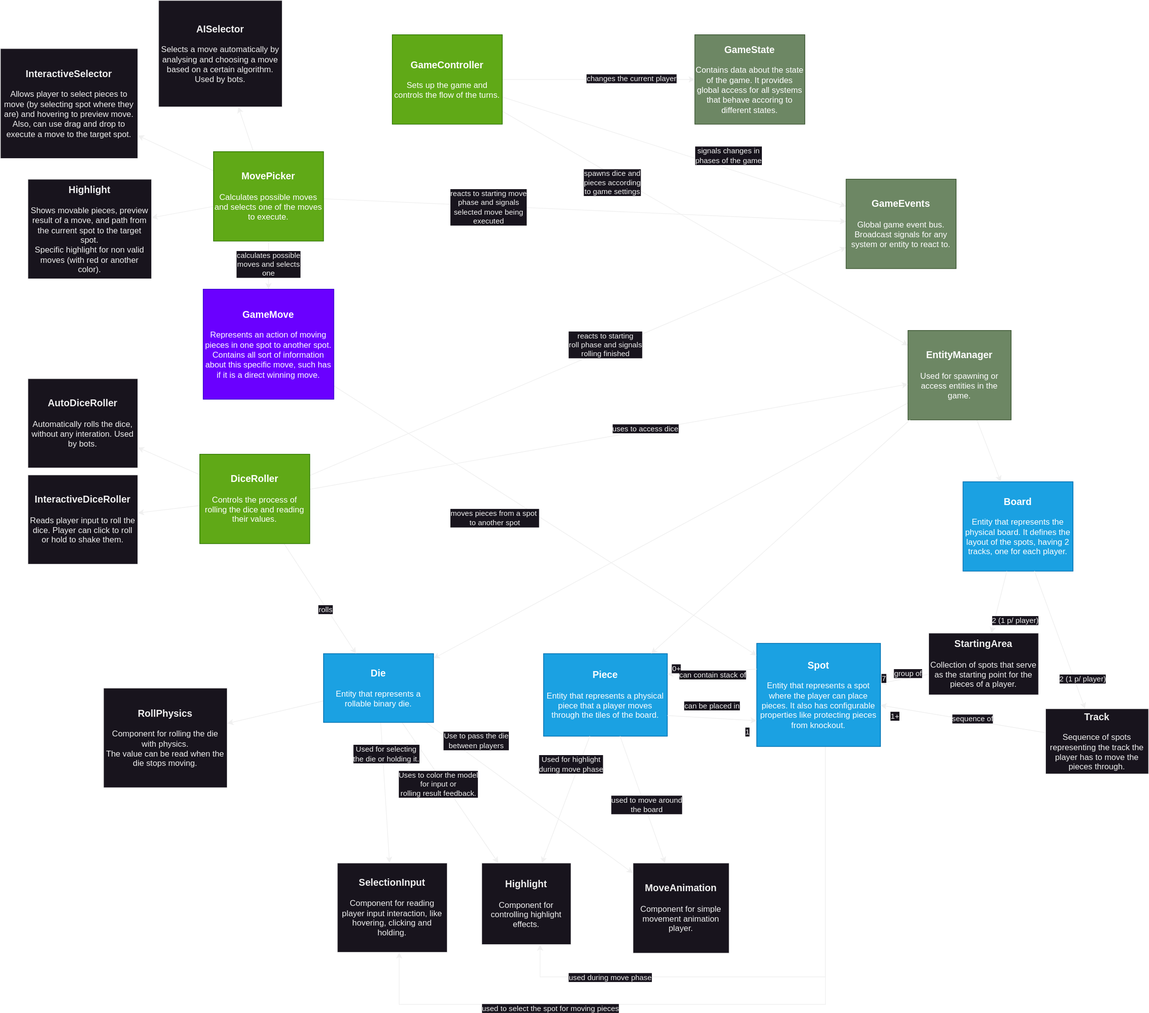
zemiguel20/RoyalGameOfUr keeps this draw.io diagram as docs/images/game_ur_core_diagram.svg. Above is the earlier version. Source tidied: cells renumbered, new cells last; positions are measured from the earlier drawing's top-left corner, leaving out a move shared by most shapes.
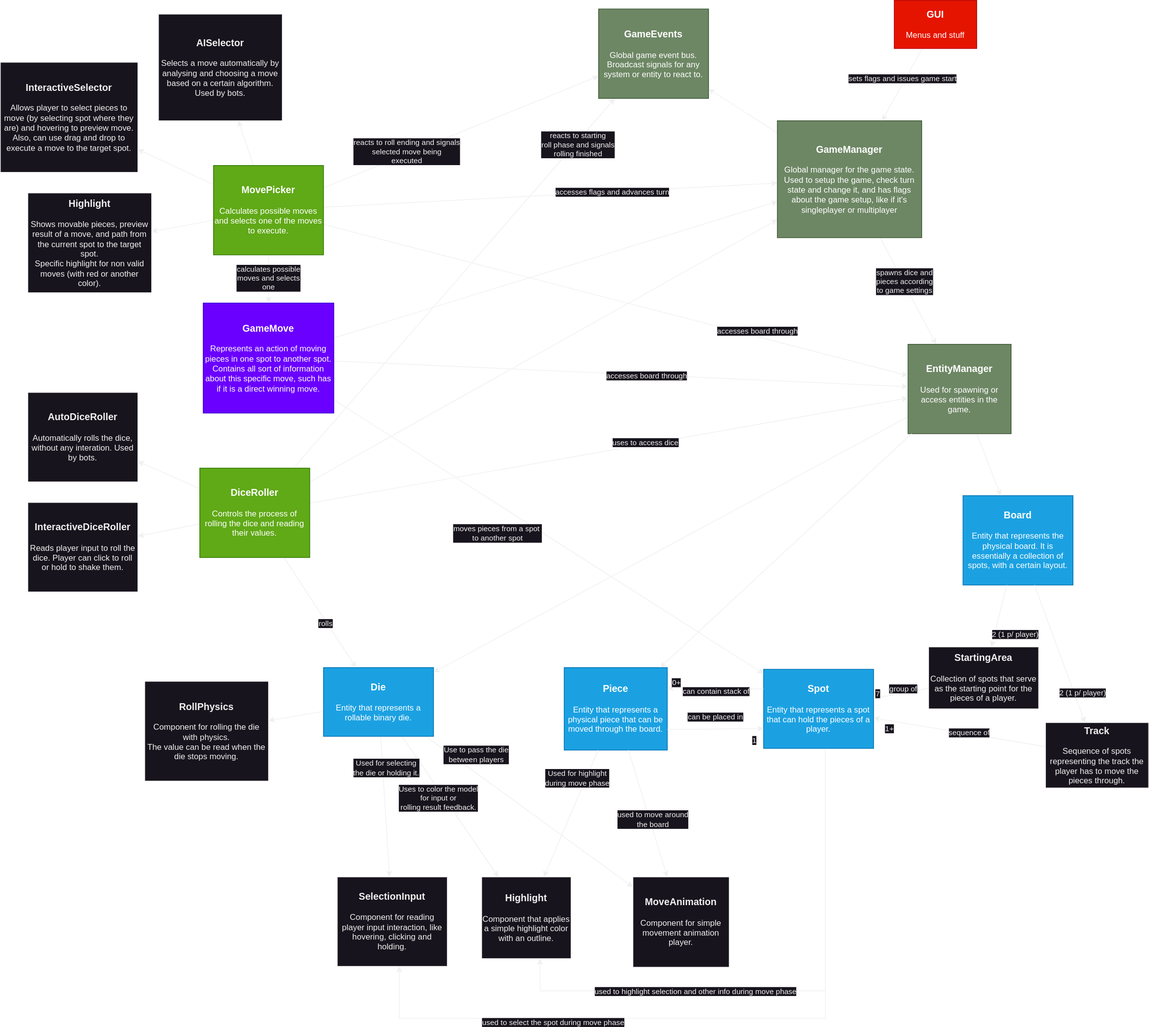
The same diagram one commit later.

Commit message:
Updated documentation for the core architecture

Change to the diagram source:
```diff
@@ -4,4 +4,4 @@
     <mxCell id="1" parent="0" />
-    <mxCell id="2" value="&lt;div style=&quot;&quot;&gt;&lt;span style=&quot;background-color: initial;&quot;&gt;&lt;b&gt;&lt;font style=&quot;font-size: 14px;&quot;&gt;Piece&lt;/font&gt;&lt;/b&gt;&lt;/span&gt;&lt;/div&gt;&lt;div style=&quot;&quot;&gt;&lt;span style=&quot;background-color: initial;&quot;&gt;&lt;br&gt;&lt;/span&gt;&lt;/div&gt;&lt;div style=&quot;&quot;&gt;Entity that represents a physical piece that a player moves through the tiles of the board.&lt;/div&gt;" style="rounded=0;whiteSpace=wrap;html=1;align=center;verticalAlign=middle;fillColor=#1ba1e2;strokeColor=#006EAF;fontColor=#ffffff;" parent="1" vertex="1">
-      <mxGeometry x="790" y="950" width="180" height="120" as="geometry" />
+    <mxCell id="2" value="&lt;div style=&quot;&quot;&gt;&lt;span style=&quot;background-color: initial;&quot;&gt;&lt;b&gt;&lt;font style=&quot;font-size: 14px;&quot;&gt;Piece&lt;/font&gt;&lt;/b&gt;&lt;/span&gt;&lt;/div&gt;&lt;div style=&quot;&quot;&gt;&lt;span style=&quot;background-color: initial;&quot;&gt;&lt;br&gt;&lt;/span&gt;&lt;/div&gt;&lt;div style=&quot;&quot;&gt;Entity that represents a physical piece that can be moved through the board.&lt;/div&gt;" style="rounded=0;whiteSpace=wrap;html=1;align=center;verticalAlign=middle;fillColor=#1ba1e2;strokeColor=#006EAF;fontColor=#ffffff;" parent="1" vertex="1">
+      <mxGeometry x="820" y="950" width="150" height="120" as="geometry" />
     </mxCell>
@@ -15,3 +15,3 @@
     </mxCell>
-    <mxCell id="4" value="used to select the spot for moving pieces" style="edgeLabel;html=1;align=center;verticalAlign=middle;" parent="3" vertex="1">
+    <mxCell id="4" value="used to select the spot during move phase" style="edgeLabel;html=1;align=center;verticalAlign=middle;" parent="3" vertex="1">
       <mxGeometry x="0.45" y="5" relative="1" as="geometry" />
@@ -26,7 +26,9 @@
     </mxCell>
-    <mxCell id="6" value="used during move phase" style="edgeLabel;html=1;align=center;verticalAlign=middle;" parent="5" vertex="1">
-      <mxGeometry x="0.63" relative="1" as="geometry" />
+    <mxCell id="6" value="used to highlight selection and other info during move phase" style="edgeLabel;html=1;align=center;verticalAlign=middle;" parent="5" vertex="1">
+      <mxGeometry x="0.63" relative="1" as="geometry">
+        <mxPoint x="121" as="offset" />
+      </mxGeometry>
     </mxCell>
-    <mxCell id="7" value="&lt;div style=&quot;&quot;&gt;&lt;span style=&quot;background-color: initial;&quot;&gt;&lt;b&gt;&lt;font style=&quot;font-size: 14px;&quot;&gt;Spot&lt;/font&gt;&lt;/b&gt;&lt;/span&gt;&lt;/div&gt;&lt;div style=&quot;&quot;&gt;&lt;span style=&quot;background-color: initial;&quot;&gt;&lt;br&gt;&lt;/span&gt;&lt;/div&gt;&lt;div style=&quot;&quot;&gt;Entity that represents a spot where the player can place pieces. It also has configurable properties like protecting pieces from knockout.&lt;/div&gt;" style="rounded=0;whiteSpace=wrap;html=1;align=center;verticalAlign=middle;fillColor=#1ba1e2;strokeColor=#006EAF;fontColor=#ffffff;" parent="1" vertex="1">
-      <mxGeometry x="1100" y="935" width="180" height="150" as="geometry" />
+    <mxCell id="7" value="&lt;div style=&quot;&quot;&gt;&lt;span style=&quot;background-color: initial;&quot;&gt;&lt;b&gt;&lt;font style=&quot;font-size: 14px;&quot;&gt;Spot&lt;/font&gt;&lt;/b&gt;&lt;/span&gt;&lt;/div&gt;&lt;div style=&quot;&quot;&gt;&lt;span style=&quot;background-color: initial;&quot;&gt;&lt;br&gt;&lt;/span&gt;&lt;/div&gt;&lt;div style=&quot;&quot;&gt;Entity that represents a spot that can hold the pieces of a player.&lt;/div&gt;" style="rounded=0;whiteSpace=wrap;html=1;align=center;verticalAlign=middle;fillColor=#1ba1e2;strokeColor=#006EAF;fontColor=#ffffff;" parent="1" vertex="1">
+      <mxGeometry x="1110" y="952.5" width="160" height="115" as="geometry" />
     </mxCell>
@@ -88,3 +90,3 @@
     </mxCell>
-    <mxCell id="22" value="&lt;div style=&quot;&quot;&gt;&lt;span style=&quot;background-color: initial;&quot;&gt;&lt;b&gt;&lt;font style=&quot;font-size: 14px;&quot;&gt;Board&lt;/font&gt;&lt;/b&gt;&lt;/span&gt;&lt;/div&gt;&lt;div style=&quot;&quot;&gt;&lt;span style=&quot;background-color: initial;&quot;&gt;&lt;br&gt;&lt;/span&gt;&lt;/div&gt;&lt;div style=&quot;&quot;&gt;Entity that represents the physical board. It defines the layout of the spots, having 2 tracks, one for each player.&lt;/div&gt;" style="rounded=0;whiteSpace=wrap;html=1;align=center;verticalAlign=middle;fillColor=#1ba1e2;fontColor=#ffffff;strokeColor=#006EAF;" parent="1" vertex="1">
+    <mxCell id="22" value="&lt;div style=&quot;&quot;&gt;&lt;span style=&quot;background-color: initial;&quot;&gt;&lt;b&gt;&lt;font style=&quot;font-size: 14px;&quot;&gt;Board&lt;/font&gt;&lt;/b&gt;&lt;/span&gt;&lt;/div&gt;&lt;div style=&quot;&quot;&gt;&lt;span style=&quot;background-color: initial;&quot;&gt;&lt;br&gt;&lt;/span&gt;&lt;/div&gt;&lt;div style=&quot;&quot;&gt;Entity that represents the physical board. It is essentially a collection of spots, with a certain layout.&lt;/div&gt;" style="rounded=0;whiteSpace=wrap;html=1;align=center;verticalAlign=middle;fillColor=#1ba1e2;fontColor=#ffffff;strokeColor=#006EAF;" parent="1" vertex="1">
       <mxGeometry x="1400" y="700" width="160" height="130" as="geometry" />
@@ -139,3 +141,3 @@
     </mxCell>
-    <mxCell id="35" style="rounded=0;jettySize=auto;html=1;" parent="1" edge="1" source="73" target="41">
+    <mxCell id="35" style="rounded=0;jettySize=auto;html=1;" parent="1" edge="1" source="90" target="41">
       <mxGeometry relative="1" as="geometry" />
@@ -144,13 +146,5 @@
       <mxGeometry x="0.01" y="-1" relative="1" as="geometry">
-        <mxPoint x="-137" y="-69" as="offset" />
+        <mxPoint x="-5" y="-15" as="offset" />
       </mxGeometry>
     </mxCell>
-    <mxCell id="37" style="rounded=0;jettySize=auto;html=1;" parent="1" edge="1" source="73" target="70">
-      <mxGeometry relative="1" as="geometry" />
-    </mxCell>
-    <mxCell id="38" value="signals changes in&lt;div&gt;phases of the game&lt;/div&gt;" style="edgeLabel;html=1;align=center;verticalAlign=middle;" parent="37" vertex="1">
-      <mxGeometry x="0.26" y="-1" relative="1" as="geometry">
-        <mxPoint x="13" y="-16" as="offset" />
-      </mxGeometry>
-    </mxCell>
     <mxCell id="39" style="rounded=0;jettySize=auto;html=1;" parent="1" edge="1" source="41" target="15">
@@ -175,3 +169,3 @@
       <mxGeometry x="0.01" y="-1" relative="1" as="geometry">
-        <mxPoint x="36" y="-24" as="offset" />
+        <mxPoint x="177" y="-200" as="offset" />
       </mxGeometry>
@@ -190,2 +184,5 @@
     </mxCell>
+    <mxCell id="81" style="rounded=0;jettySize=auto;html=1;" parent="1" edge="1" source="50" target="90">
+      <mxGeometry relative="1" as="geometry" />
+    </mxCell>
     <mxCell id="50" value="&lt;div style=&quot;&quot;&gt;&lt;span style=&quot;background-color: initial;&quot;&gt;&lt;b&gt;&lt;font style=&quot;font-size: 14px;&quot;&gt;DiceRoller&lt;/font&gt;&lt;/b&gt;&lt;/span&gt;&lt;/div&gt;&lt;div style=&quot;&quot;&gt;&lt;span style=&quot;background-color: initial;&quot;&gt;&lt;br&gt;&lt;/span&gt;&lt;/div&gt;&lt;div style=&quot;&quot;&gt;Controls the process of rolling the dice and reading their values.&lt;/div&gt;" style="rounded=0;whiteSpace=wrap;html=1;align=center;verticalAlign=middle;fillColor=#60a917;fontColor=#ffffff;strokeColor=#2D7600;" parent="1" vertex="1">
@@ -211,7 +208,21 @@
     </mxCell>
-    <mxCell id="57" value="reacts to starting move&lt;br&gt;phase and signals&lt;br&gt;selected move being&lt;br&gt;executed" style="edgeLabel;html=1;align=center;verticalAlign=middle;" parent="56" vertex="1">
+    <mxCell id="57" value="reacts to roll ending&amp;nbsp;and signals&lt;br&gt;selected move being&lt;br&gt;executed" style="edgeLabel;html=1;align=center;verticalAlign=middle;" parent="56" vertex="1">
       <mxGeometry x="-0.23" y="4" relative="1" as="geometry">
-        <mxPoint x="-54" y="3" as="offset" />
+        <mxPoint x="-33" y="14" as="offset" />
       </mxGeometry>
     </mxCell>
+    <mxCell id="82" style="rounded=0;jettySize=auto;html=1;" parent="1" edge="1" source="58" target="41">
+      <mxGeometry relative="1" as="geometry" />
+    </mxCell>
+    <mxCell id="83" value="accesses board through" style="edgeLabel;html=1;align=center;verticalAlign=middle;" parent="82" vertex="1">
+      <mxGeometry x="0.09" y="2" relative="1" as="geometry">
+        <mxPoint x="167" y="37" as="offset" />
+      </mxGeometry>
+    </mxCell>
+    <mxCell id="84" style="rounded=0;jettySize=auto;html=1;" parent="1" edge="1" source="58" target="90">
+      <mxGeometry relative="1" as="geometry" />
+    </mxCell>
+    <mxCell id="85" value="accesses flags and advances turn" style="edgeLabel;html=1;align=center;verticalAlign=middle;" parent="84" vertex="1">
+      <mxGeometry x="0.27" relative="1" as="geometry" />
+    </mxCell>
     <mxCell id="58" value="&lt;div style=&quot;&quot;&gt;&lt;span style=&quot;font-size: 14px;&quot;&gt;&lt;b&gt;MovePicker&lt;/b&gt;&lt;/span&gt;&lt;/div&gt;&lt;div style=&quot;&quot;&gt;&lt;span style=&quot;background-color: initial;&quot;&gt;&lt;br&gt;&lt;/span&gt;&lt;/div&gt;&lt;div style=&quot;&quot;&gt;Calculates possible moves and selects one of the moves to execute.&lt;/div&gt;" style="rounded=0;whiteSpace=wrap;html=1;align=center;verticalAlign=middle;fillColor=#60a917;fontColor=#ffffff;strokeColor=#2D7600;" parent="1" vertex="1">
@@ -220,8 +231,8 @@
     <mxCell id="59" value="&lt;div style=&quot;&quot;&gt;&lt;span style=&quot;font-size: 14px;&quot;&gt;&lt;b&gt;InteractiveDiceRoller&lt;/b&gt;&lt;/span&gt;&lt;/div&gt;&lt;div style=&quot;&quot;&gt;&lt;span style=&quot;background-color: initial;&quot;&gt;&lt;br&gt;&lt;/span&gt;&lt;/div&gt;&lt;div style=&quot;&quot;&gt;Reads player input to roll the dice. Player can click to roll or hold to shake them.&lt;/div&gt;" style="rounded=0;whiteSpace=wrap;html=1;align=center;verticalAlign=middle;" parent="1" vertex="1">
-      <mxGeometry x="40" y="690" width="160" height="130" as="geometry" />
+      <mxGeometry x="40" y="710" width="160" height="130" as="geometry" />
     </mxCell>
     <mxCell id="60" value="&lt;div style=&quot;&quot;&gt;&lt;span style=&quot;background-color: initial;&quot;&gt;&lt;b&gt;&lt;font style=&quot;font-size: 14px;&quot;&gt;RollPhysics&lt;/font&gt;&lt;/b&gt;&lt;/span&gt;&lt;/div&gt;&lt;div style=&quot;&quot;&gt;&lt;span style=&quot;background-color: initial;&quot;&gt;&lt;br&gt;&lt;/span&gt;&lt;/div&gt;&lt;div style=&quot;&quot;&gt;Component for rolling the die with physics.&lt;/div&gt;&lt;div style=&quot;&quot;&gt;The value can be read when the die stops moving.&lt;/div&gt;" style="rounded=0;whiteSpace=wrap;html=1;align=center;verticalAlign=middle;" parent="1" vertex="1">
-      <mxGeometry x="150" y="1000" width="180" height="145" as="geometry" />
+      <mxGeometry x="210" y="970" width="180" height="145" as="geometry" />
     </mxCell>
-    <mxCell id="61" value="&lt;div style=&quot;&quot;&gt;&lt;span style=&quot;background-color: initial;&quot;&gt;&lt;b&gt;&lt;font style=&quot;font-size: 14px;&quot;&gt;Highlight&lt;/font&gt;&lt;/b&gt;&lt;/span&gt;&lt;/div&gt;&lt;div style=&quot;&quot;&gt;&lt;span style=&quot;background-color: initial;&quot;&gt;&lt;br&gt;&lt;/span&gt;&lt;/div&gt;&lt;div style=&quot;&quot;&gt;Component for controlling highlight effects.&lt;br&gt;&lt;/div&gt;" style="rounded=0;whiteSpace=wrap;html=1;align=center;verticalAlign=middle;" parent="1" vertex="1">
+    <mxCell id="61" value="&lt;div style=&quot;&quot;&gt;&lt;span style=&quot;background-color: initial;&quot;&gt;&lt;b&gt;&lt;font style=&quot;font-size: 14px;&quot;&gt;Highlight&lt;/font&gt;&lt;/b&gt;&lt;/span&gt;&lt;/div&gt;&lt;div style=&quot;&quot;&gt;&lt;span style=&quot;background-color: initial;&quot;&gt;&lt;br&gt;&lt;/span&gt;&lt;/div&gt;&lt;div style=&quot;&quot;&gt;Component that applies a simple highlight color with an outline.&lt;br&gt;&lt;/div&gt;" style="rounded=0;whiteSpace=wrap;html=1;align=center;verticalAlign=middle;" parent="1" vertex="1">
       <mxGeometry x="700" y="1254.4" width="130" height="118.8" as="geometry" />
@@ -239,2 +250,13 @@
     </mxCell>
+    <mxCell id="86" style="rounded=0;jettySize=auto;html=1;" parent="1" edge="1" source="65" target="41">
+      <mxGeometry relative="1" as="geometry" />
+    </mxCell>
+    <mxCell id="87" value="accesses board through" style="edgeLabel;html=1;align=center;verticalAlign=middle;" parent="86" vertex="1">
+      <mxGeometry x="-0.11" y="-5" relative="1" as="geometry">
+        <mxPoint x="81" as="offset" />
+      </mxGeometry>
+    </mxCell>
+    <mxCell id="88" style="rounded=0;jettySize=auto;html=1;" parent="1" edge="1" source="65" target="90">
+      <mxGeometry relative="1" as="geometry" />
+    </mxCell>
     <mxCell id="65" value="&lt;div style=&quot;&quot;&gt;&lt;span style=&quot;font-size: 14px;&quot;&gt;&lt;b&gt;GameMove&lt;/b&gt;&lt;/span&gt;&lt;/div&gt;&lt;div style=&quot;&quot;&gt;&lt;span style=&quot;background-color: initial;&quot;&gt;&lt;br&gt;&lt;/span&gt;&lt;/div&gt;&lt;div style=&quot;&quot;&gt;Represents an action of moving pieces in one spot to another spot. Contains all sort of information about this specific move, such has if it is a direct winning move.&lt;/div&gt;" style="rounded=0;whiteSpace=wrap;html=1;align=center;verticalAlign=middle;fillColor=#6a00ff;fontColor=#ffffff;strokeColor=#3700CC;" parent="1" vertex="1">
@@ -255,15 +277,4 @@
     <mxCell id="70" value="&lt;div style=&quot;&quot;&gt;&lt;span style=&quot;font-size: 14px;&quot;&gt;&lt;b&gt;GameEvents&lt;/b&gt;&lt;/span&gt;&lt;/div&gt;&lt;div style=&quot;&quot;&gt;&lt;span style=&quot;background-color: initial;&quot;&gt;&lt;br&gt;&lt;/span&gt;&lt;/div&gt;&lt;div style=&quot;&quot;&gt;Global game event bus. Broadcast signals for any system or entity to react to.&lt;/div&gt;" style="rounded=0;whiteSpace=wrap;html=1;align=center;verticalAlign=middle;fillColor=#6d8764;fontColor=#ffffff;strokeColor=#3A5431;" parent="1" vertex="1">
-      <mxGeometry x="1230" y="260" width="160" height="130" as="geometry" />
+      <mxGeometry x="870" y="-7.5" width="160" height="130" as="geometry" />
     </mxCell>
-    <mxCell id="71" style="rounded=0;jettySize=auto;html=1;" parent="1" edge="1" source="73" target="80">
-      <mxGeometry relative="1" as="geometry" />
-    </mxCell>
-    <mxCell id="72" value="changes the current player" style="edgeLabel;html=1;align=center;verticalAlign=middle;" parent="71" vertex="1">
-      <mxGeometry x="0.18" y="1" relative="1" as="geometry">
-        <mxPoint x="21" y="-1" as="offset" />
-      </mxGeometry>
-    </mxCell>
-    <mxCell id="73" value="&lt;div style=&quot;&quot;&gt;&lt;span style=&quot;font-size: 14px;&quot;&gt;&lt;b&gt;GameController&lt;/b&gt;&lt;/span&gt;&lt;/div&gt;&lt;div style=&quot;&quot;&gt;&lt;span style=&quot;background-color: initial;&quot;&gt;&lt;br&gt;&lt;/span&gt;&lt;/div&gt;&lt;div style=&quot;&quot;&gt;Sets up the game and controls the flow of the turns.&lt;/div&gt;" style="rounded=0;whiteSpace=wrap;html=1;align=center;verticalAlign=middle;fillColor=#60a917;fontColor=#ffffff;strokeColor=#2D7600;" parent="1" vertex="1">
-      <mxGeometry x="570" y="50" width="160" height="130" as="geometry" />
-    </mxCell>
     <mxCell id="74" value="&lt;div style=&quot;&quot;&gt;&lt;span style=&quot;background-color: initial;&quot;&gt;&lt;b&gt;&lt;font style=&quot;font-size: 14px;&quot;&gt;AutoDiceRoller&lt;/font&gt;&lt;/b&gt;&lt;/span&gt;&lt;/div&gt;&lt;div style=&quot;&quot;&gt;&lt;span style=&quot;background-color: initial;&quot;&gt;&lt;br&gt;&lt;/span&gt;&lt;/div&gt;&lt;div style=&quot;&quot;&gt;Automatically rolls the dice, without any interation. Used by bots.&lt;/div&gt;" style="rounded=0;whiteSpace=wrap;html=1;align=center;verticalAlign=middle;" parent="1" vertex="1">
@@ -290,5 +301,17 @@
     </mxCell>
-    <mxCell id="80" value="&lt;div style=&quot;&quot;&gt;&lt;span style=&quot;font-size: 14px;&quot;&gt;&lt;b&gt;GameState&lt;/b&gt;&lt;/span&gt;&lt;/div&gt;&lt;div style=&quot;&quot;&gt;&lt;span style=&quot;background-color: initial;&quot;&gt;&lt;br&gt;&lt;/span&gt;&lt;/div&gt;&lt;div style=&quot;&quot;&gt;Contains data about the state of the game. It provides global access for all systems that behave accoring to different states.&lt;/div&gt;" style="rounded=0;whiteSpace=wrap;html=1;align=center;verticalAlign=middle;fillColor=#6d8764;fontColor=#ffffff;strokeColor=#3A5431;" parent="1" vertex="1">
-      <mxGeometry x="1010" y="50" width="160" height="130" as="geometry" />
-    </mxCell>
+    <mxCell id="89" style="rounded=0;jettySize=auto;html=1;" parent="1" edge="1" source="90" target="70">
+      <mxGeometry relative="1" as="geometry" />
+    </mxCell>
+    <mxCell id="90" value="&lt;div style=&quot;&quot;&gt;&lt;span style=&quot;font-size: 14px;&quot;&gt;&lt;b&gt;GameManager&lt;/b&gt;&lt;/span&gt;&lt;/div&gt;&lt;div style=&quot;&quot;&gt;&lt;span style=&quot;background-color: initial;&quot;&gt;&lt;br&gt;&lt;/span&gt;&lt;/div&gt;&lt;div style=&quot;&quot;&gt;Global manager for the game state. Used to setup the game, check turn state and change it, and has flags about the game setup, like if it's singleplayer or multiplayer&lt;/div&gt;" style="rounded=0;whiteSpace=wrap;html=1;align=center;verticalAlign=middle;fillColor=#6d8764;fontColor=#ffffff;strokeColor=#3A5431;" parent="1" vertex="1">
+      <mxGeometry x="1130" y="155" width="210" height="170" as="geometry" />
+    </mxCell>
+    <mxCell id="91" style="rounded=0;jettySize=auto;html=1;" parent="1" edge="1" source="93" target="90">
+      <mxGeometry relative="1" as="geometry" />
+    </mxCell>
+    <mxCell id="92" value="sets flags and issues game start" style="edgeLabel;html=1;align=center;verticalAlign=middle;" parent="91" vertex="1">
+      <mxGeometry x="-0.14" y="-4" relative="1" as="geometry" />
+    </mxCell>
+    <mxCell id="93" value="&lt;div style=&quot;&quot;&gt;&lt;span style=&quot;font-size: 14px;&quot;&gt;&lt;b&gt;GUI&lt;/b&gt;&lt;/span&gt;&lt;/div&gt;&lt;div style=&quot;&quot;&gt;&lt;span style=&quot;background-color: initial;&quot;&gt;&lt;br&gt;&lt;/span&gt;&lt;/div&gt;&lt;div style=&quot;&quot;&gt;Menus and stuff&lt;/div&gt;" style="rounded=0;whiteSpace=wrap;html=1;align=center;verticalAlign=middle;fillColor=#e51400;fontColor=#ffffff;strokeColor=#B20000;" parent="1" vertex="1">
+      <mxGeometry x="1300" y="-20" width="120" height="70" as="geometry" />
+    </mxCell>
   </root>
```
